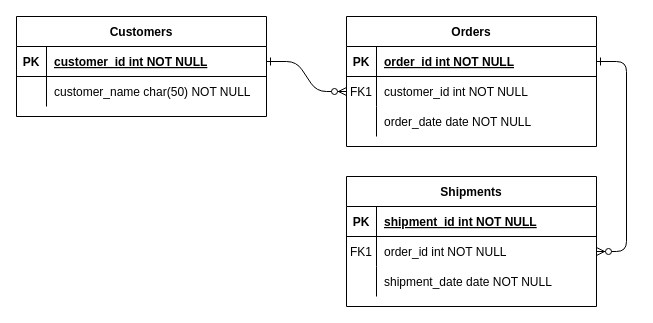
Before: migrations.drawio in mwanginjamb/Learning_Migrations, a draw.io diagram. Source tidied: cells renumbered, new cells numbered last; positions are measured from the earlier drawing's top-left corner, leaving out a move shared by most shapes. Both pictures are drawn from the tidied source at 100%, with x=0, y=0 at pixel (16, 16).
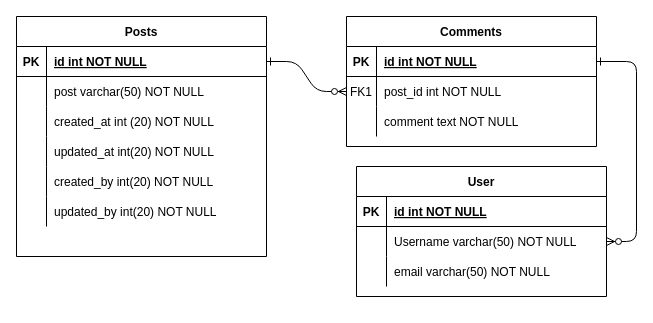
After the change.

Unchanged cells that the change refers to:
```xml
<mxCell id="5" style="shape=partialRectangle;fillColor=none;points=[[0,0.5],[1,0.5]];portConstraint=eastwest;top=0;left=0;right=0;bottom=1;" parent="4" vertex="1">
  <mxGeometry y="30" width="250" height="30" as="geometry" />
</mxCell>
<mxCell id="8" style="shape=partialRectangle;fillColor=none;points=[[0,0.5],[1,0.5]];portConstraint=eastwest;top=0;left=0;right=0;bottom=0;" parent="4" vertex="1">
  <mxGeometry y="60" width="250" height="30" as="geometry" />
</mxCell>
<mxCell id="11" style="shape=partialRectangle;fillColor=none;top=0;left=0;right=0;bottom=0;" parent="4" vertex="1">
  <mxGeometry y="90" width="250" height="30" as="geometry" />
</mxCell>
<mxCell id="15" style="shape=partialRectangle;fillColor=none;top=0;left=0;right=0;bottom=1;" parent="14" vertex="1">
  <mxGeometry y="30" width="250" height="30" as="geometry" />
</mxCell>
<mxCell id="18" style="shape=partialRectangle;fillColor=none;points=[[0,0.5],[1,0.5]];portConstraint=eastwest;top=0;left=0;right=0;bottom=0;" parent="14" vertex="1">
  <mxGeometry y="60" width="250" height="30" as="geometry" />
</mxCell>
<mxCell id="21" style="shape=partialRectangle;fillColor=none;top=0;left=0;right=0;bottom=0;" parent="14" vertex="1">
  <mxGeometry y="90" width="250" height="30" as="geometry" />
</mxCell>
<mxCell id="25" style="shape=partialRectangle;fillColor=none;points=[[0,0.5],[1,0.5]];portConstraint=eastwest;top=0;left=0;right=0;bottom=1;" parent="24" vertex="1">
  <mxGeometry y="30" width="250" height="30" as="geometry" />
</mxCell>
<mxCell id="28" style="shape=partialRectangle;fillColor=none;top=0;left=0;right=0;bottom=0;" parent="24" vertex="1">
  <mxGeometry y="60" width="250" height="30" as="geometry" />
</mxCell>
```

Diff of the diagram source:
```diff
@@
-    <mxCell id="4" value="Orders" style="shape=table;startSize=30;childLayout=tableLayout;rowLines=0;fontStyle=1;align=center;" parent="1" vertex="1">
+    <mxCell id="4" value="Comments" style="shape=table;startSize=30;childLayout=tableLayout;rowLines=0;fontStyle=1;align=center;" parent="1" vertex="1">
       <mxGeometry x="330" width="250" height="130" as="geometry" />
     </mxCell>
@@
-    <mxCell id="7" value="order_id int NOT NULL " style="shape=partialRectangle;overflow=hidden;fillColor=none;top=0;left=0;bottom=0;right=0;align=left;spacingLeft=6;fontStyle=5;" parent="5" vertex="1">
+    <mxCell id="7" value="id int NOT NULL " style="shape=partialRectangle;overflow=hidden;fillColor=none;top=0;left=0;bottom=0;right=0;align=left;spacingLeft=6;fontStyle=5;" parent="5" vertex="1">
       <mxGeometry x="30" width="220" height="30" as="geometry" />
     </mxCell>
@@
-    <mxCell id="10" value="customer_id int NOT NULL" style="shape=partialRectangle;overflow=hidden;fillColor=none;top=0;left=0;bottom=0;right=0;align=left;spacingLeft=6;" parent="8" vertex="1">
+    <mxCell id="10" value="post_id int NOT NULL" style="shape=partialRectangle;overflow=hidden;fillColor=none;top=0;left=0;bottom=0;right=0;align=left;spacingLeft=6;" parent="8" vertex="1">
       <mxGeometry x="30" width="220" height="30" as="geometry" />
     </mxCell>
@@
-    <mxCell id="13" value="order_date date NOT NULL" style="shape=partialRectangle;overflow=hidden;fillColor=none;top=0;left=0;bottom=0;right=0;align=left;spacingLeft=6;" parent="11" vertex="1">
+    <mxCell id="13" value="comment text NOT NULL" style="shape=partialRectangle;overflow=hidden;fillColor=none;top=0;left=0;bottom=0;right=0;align=left;spacingLeft=6;" parent="11" vertex="1">
       <mxGeometry x="30" width="220" height="30" as="geometry" />
     </mxCell>
-    <mxCell id="14" value="Shipments" style="shape=table;startSize=30;childLayout=tableLayout;rowLines=0;fontStyle=1;align=center;" parent="1" vertex="1">
-      <mxGeometry x="330" y="160" width="250" height="130" as="geometry" />
+    <mxCell id="14" value="User" style="shape=table;startSize=30;childLayout=tableLayout;rowLines=0;fontStyle=1;align=center;" parent="1" vertex="1">
+      <mxGeometry x="340" y="150" width="250" height="130" as="geometry" />
     </mxCell>
@@
-    <mxCell id="17" value="shipment_id int NOT NULL " style="shape=partialRectangle;overflow=hidden;fillColor=none;top=0;left=0;bottom=0;right=0;align=left;spacingLeft=6;fontStyle=5;" parent="15" vertex="1">
+    <mxCell id="17" value="id int NOT NULL " style="shape=partialRectangle;overflow=hidden;fillColor=none;top=0;left=0;bottom=0;right=0;align=left;spacingLeft=6;fontStyle=5;" parent="15" vertex="1">
       <mxGeometry x="30" width="220" height="30" as="geometry" />
     </mxCell>
@@
-    <mxCell id="19" value="FK1" style="shape=partialRectangle;overflow=hidden;fillColor=none;top=0;left=0;bottom=0;right=0;" parent="18" vertex="1">
+    <mxCell id="19" style="shape=partialRectangle;overflow=hidden;fillColor=none;top=0;left=0;bottom=0;right=0;" parent="18" vertex="1">
       <mxGeometry width="30" height="30" as="geometry" />
     </mxCell>
-    <mxCell id="20" value="order_id int NOT NULL" style="shape=partialRectangle;overflow=hidden;fillColor=none;top=0;left=0;bottom=0;right=0;align=left;spacingLeft=6;" parent="18" vertex="1">
+    <mxCell id="20" value="Username varchar(50) NOT NULL" style="shape=partialRectangle;overflow=hidden;fillColor=none;top=0;left=0;bottom=0;right=0;align=left;spacingLeft=6;" parent="18" vertex="1">
       <mxGeometry x="30" width="220" height="30" as="geometry" />
     </mxCell>
@@
-    <mxCell id="23" value="shipment_date date NOT NULL" style="shape=partialRectangle;overflow=hidden;fillColor=none;top=0;left=0;bottom=0;right=0;align=left;spacingLeft=6;" parent="21" vertex="1">
+    <mxCell id="23" value="email varchar(50) NOT NULL" style="shape=partialRectangle;overflow=hidden;fillColor=none;top=0;left=0;bottom=0;right=0;align=left;spacingLeft=6;" parent="21" vertex="1">
       <mxGeometry x="30" width="220" height="30" as="geometry" />
     </mxCell>
-    <mxCell id="24" value="Customers" style="shape=table;startSize=30;childLayout=tableLayout;rowLines=0;fontStyle=1;align=center;" parent="1" vertex="1">
-      <mxGeometry width="250" height="100" as="geometry" />
+    <mxCell id="24" value="Posts" style="shape=table;startSize=30;childLayout=tableLayout;rowLines=0;fontStyle=1;align=center;" parent="1" vertex="1">
+      <mxGeometry width="250" height="240" as="geometry" />
     </mxCell>
@@
-    <mxCell id="27" value="customer_id int NOT NULL " style="shape=partialRectangle;overflow=hidden;fillColor=none;top=0;left=0;bottom=0;right=0;align=left;spacingLeft=6;fontStyle=5;" parent="25" vertex="1">
+    <mxCell id="27" value="id int NOT NULL " style="shape=partialRectangle;overflow=hidden;fillColor=none;top=0;left=0;bottom=0;right=0;align=left;spacingLeft=6;fontStyle=5;" parent="25" vertex="1">
       <mxGeometry x="30" width="220" height="30" as="geometry" />
     </mxCell>
@@
-    <mxCell id="30" value="customer_name char(50) NOT NULL" style="shape=partialRectangle;overflow=hidden;fillColor=none;top=0;left=0;bottom=0;right=0;align=left;spacingLeft=6;" parent="28" vertex="1">
+    <mxCell id="30" value="post varchar(50) NOT NULL" style="shape=partialRectangle;overflow=hidden;fillColor=none;top=0;left=0;bottom=0;right=0;align=left;spacingLeft=6;" parent="28" vertex="1">
       <mxGeometry x="30" width="220" height="30" as="geometry" />
     </mxCell>
+    <mxCell id="31" style="shape=partialRectangle;fillColor=none;top=0;left=0;right=0;bottom=0;" parent="24" vertex="1">
+      <mxGeometry y="90" width="250" height="30" as="geometry" />
+    </mxCell>
+    <mxCell id="32" style="shape=partialRectangle;overflow=hidden;fillColor=none;top=0;left=0;bottom=0;right=0;" parent="31" vertex="1">
+      <mxGeometry width="30" height="30" as="geometry" />
+    </mxCell>
+    <mxCell id="33" value="created_at int (20) NOT NULL" style="shape=partialRectangle;overflow=hidden;fillColor=none;top=0;left=0;bottom=0;right=0;align=left;spacingLeft=6;" parent="31" vertex="1">
+      <mxGeometry x="30" width="220" height="30" as="geometry" />
+    </mxCell>
+    <mxCell id="34" style="shape=partialRectangle;fillColor=none;top=0;left=0;right=0;bottom=0;" parent="24" vertex="1">
+      <mxGeometry y="120" width="250" height="30" as="geometry" />
+    </mxCell>
+    <mxCell id="35" style="shape=partialRectangle;overflow=hidden;fillColor=none;top=0;left=0;bottom=0;right=0;" parent="34" vertex="1">
+      <mxGeometry width="30" height="30" as="geometry" />
+    </mxCell>
+    <mxCell id="36" value="updated_at int(20) NOT NULL" style="shape=partialRectangle;overflow=hidden;fillColor=none;top=0;left=0;bottom=0;right=0;align=left;spacingLeft=6;" parent="34" vertex="1">
+      <mxGeometry x="30" width="220" height="30" as="geometry" />
+    </mxCell>
+    <mxCell id="37" style="shape=partialRectangle;fillColor=none;top=0;left=0;right=0;bottom=0;" parent="24" vertex="1">
+      <mxGeometry y="150" width="250" height="30" as="geometry" />
+    </mxCell>
+    <mxCell id="38" style="shape=partialRectangle;overflow=hidden;fillColor=none;top=0;left=0;bottom=0;right=0;" parent="37" vertex="1">
+      <mxGeometry width="30" height="30" as="geometry" />
+    </mxCell>
+    <mxCell id="39" value="created_by int(20) NOT NULL" style="shape=partialRectangle;overflow=hidden;fillColor=none;top=0;left=0;bottom=0;right=0;align=left;spacingLeft=6;" parent="37" vertex="1">
+      <mxGeometry x="30" width="220" height="30" as="geometry" />
+    </mxCell>
+    <mxCell id="40" style="shape=partialRectangle;fillColor=none;top=0;left=0;right=0;bottom=0;" parent="24" vertex="1">
+      <mxGeometry y="180" width="250" height="30" as="geometry" />
+    </mxCell>
+    <mxCell id="41" style="shape=partialRectangle;overflow=hidden;fillColor=none;top=0;left=0;bottom=0;right=0;" parent="40" vertex="1">
+      <mxGeometry width="30" height="30" as="geometry" />
+    </mxCell>
+    <mxCell id="42" value="updated_by int(20) NOT NULL" style="shape=partialRectangle;overflow=hidden;fillColor=none;top=0;left=0;bottom=0;right=0;align=left;spacingLeft=6;" parent="40" vertex="1">
+      <mxGeometry x="30" width="220" height="30" as="geometry" />
+    </mxCell>
```
